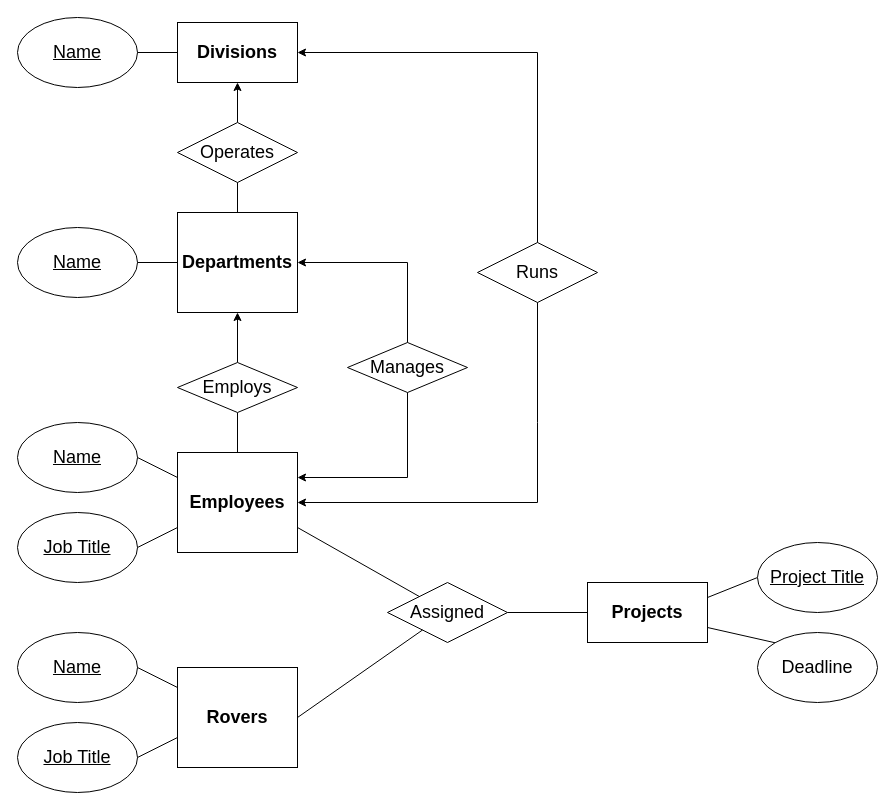
Before: business.drawio in lucylee-412/CISC-3810, a draw.io diagram. Source tidied: cells renumbered, new cells numbered last; positions are measured from the earlier drawing's top-left corner, leaving out a move shared by most shapes. Both pictures are drawn from the tidied source at 100%, with x=0, y=0 at pixel (17, 17).
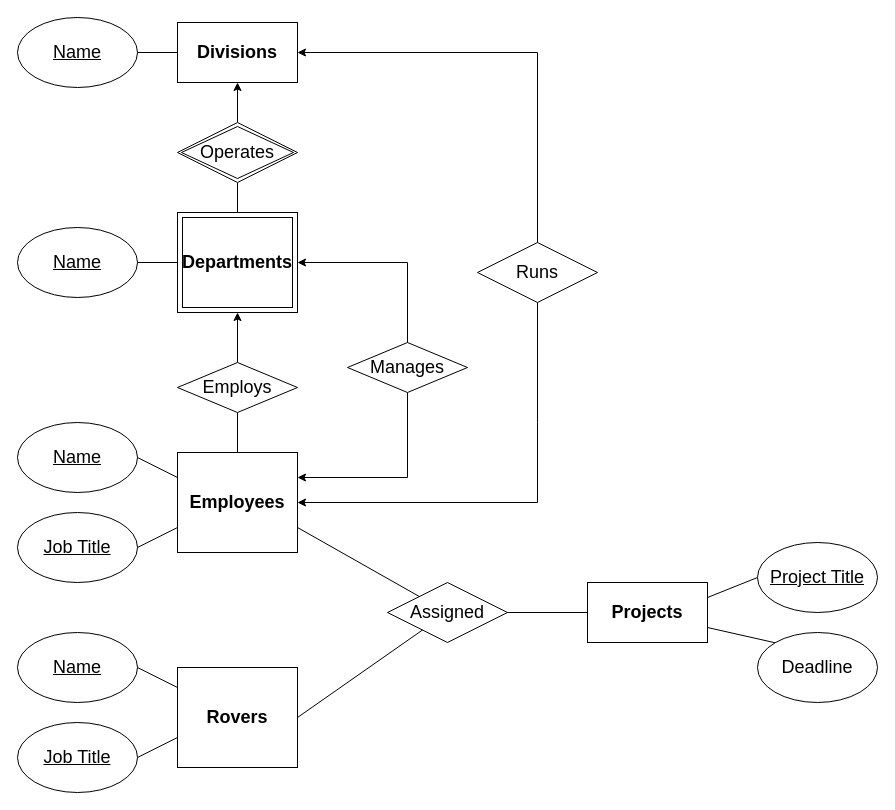
The same diagram, later.

Commit message:
Convert Departments to weak entity

Unchanged cells that the change refers to:
```xml
<mxCell id="3" value="Manages" style="rhombus;whiteSpace=wrap;html=1;fontSize=18;" parent="1" vertex="1">
  <mxGeometry x="330" y="325" width="120" height="50" as="geometry" />
</mxCell>
<mxCell id="7" value="&lt;font style=&quot;font-size: 18px&quot;&gt;&lt;b&gt;Divisions&lt;/b&gt;&lt;/font&gt;" style="rounded=0;whiteSpace=wrap;html=1;" parent="1" vertex="1">
  <mxGeometry x="160" y="5" width="120" height="60" as="geometry" />
</mxCell>
<mxCell id="18" value="Employs" style="rhombus;whiteSpace=wrap;html=1;fontSize=18;" parent="1" vertex="1">
  <mxGeometry x="160" y="345" width="120" height="50" as="geometry" />
</mxCell>
<mxCell id="27" value="&lt;font style=&quot;font-size: 18px&quot;&gt;&lt;u&gt;Name&lt;/u&gt;&lt;br&gt;&lt;/font&gt;" style="ellipse;whiteSpace=wrap;html=1;" parent="1" vertex="1">
  <mxGeometry y="210" width="120" height="70" as="geometry" />
</mxCell>
```

The edit, as a diff of the source:
```diff
@@
-    <mxCell id="2" value="&lt;font style=&quot;font-size: 18px&quot;&gt;&lt;b&gt;Departments&lt;/b&gt;&lt;/font&gt;" style="rounded=0;whiteSpace=wrap;html=1;" parent="1" vertex="1">
-      <mxGeometry x="160" y="195" width="120" height="100" as="geometry" />
-    </mxCell>
@@
-    <mxCell id="5" style="endArrow=classic;html=1;rounded=0;fontSize=16;exitX=0.5;exitY=0;exitDx=0;exitDy=0;startArrow=none;entryX=0.5;entryY=1;entryDx=0;entryDy=0;" parent="1" edge="1" source="9" target="7">
-      <mxGeometry relative="1" as="geometry" />
+    <mxCell id="5" style="endArrow=classic;html=1;rounded=0;fontSize=16;exitX=0.5;exitY=0;exitDx=0;exitDy=0;startArrow=none;entryX=0.5;entryY=1;entryDx=0;entryDy=0;" parent="1" edge="1" target="7">
+      <mxGeometry relative="1" as="geometry">
+        <mxPoint x="220" y="105" as="sourcePoint" />
+      </mxGeometry>
     </mxCell>
-    <mxCell id="6" style="endArrow=classic;html=1;rounded=0;entryX=1;entryY=0.5;entryDx=0;entryDy=0;" parent="1" edge="1" source="3" target="2">
+    <mxCell id="6" style="endArrow=classic;html=1;rounded=0;entryX=1;entryY=0.5;entryDx=0;entryDy=0;" parent="1" edge="1" source="3">
       <mxGeometry relative="1" as="geometry">
+        <mxPoint x="280" y="245" as="targetPoint" />
         <Array as="points">
           <mxPoint x="390" y="245" />
         </Array>
       </mxGeometry>
     </mxCell>
@@
-    <mxCell id="9" value="Operates" style="rhombus;whiteSpace=wrap;html=1;fontSize=18;" parent="1" vertex="1">
-      <mxGeometry x="160" y="105" width="120" height="60" as="geometry" />
-    </mxCell>
-    <mxCell id="10" style="endArrow=none;html=1;rounded=0;fontSize=16;exitX=0.5;exitY=0;exitDx=0;exitDy=0;" parent="1" edge="1" source="2" target="9">
-      <mxGeometry relative="1" as="geometry" />
+    <mxCell id="10" style="endArrow=none;html=1;rounded=0;fontSize=16;exitX=0.5;exitY=0;exitDx=0;exitDy=0;" parent="1" edge="1">
+      <mxGeometry relative="1" as="geometry">
+        <mxPoint x="220" y="195" as="sourcePoint" />
+        <mxPoint x="220" y="165" as="targetPoint" />
+      </mxGeometry>
     </mxCell>
@@
-    <mxCell id="17" style="endArrow=classic;html=1;rounded=0;fontSize=16;exitX=0.5;exitY=0;exitDx=0;exitDy=0;startArrow=none;entryX=0.5;entryY=1;entryDx=0;entryDy=0;" parent="1" edge="1" source="18" target="2">
-      <mxGeometry relative="1" as="geometry" />
+    <mxCell id="17" style="endArrow=classic;html=1;rounded=0;fontSize=16;exitX=0.5;exitY=0;exitDx=0;exitDy=0;startArrow=none;entryX=0.5;entryY=1;entryDx=0;entryDy=0;" parent="1" edge="1" source="18">
+      <mxGeometry relative="1" as="geometry">
+        <mxPoint x="220" y="295" as="targetPoint" />
+      </mxGeometry>
     </mxCell>
@@
-    <mxCell id="28" style="endArrow=none;html=1;rounded=0;fontSize=18;exitX=0;exitY=0.5;exitDx=0;exitDy=0;entryX=1;entryY=0.5;entryDx=0;entryDy=0;" parent="1" edge="1" source="2" target="27">
-      <mxGeometry relative="1" as="geometry" />
+    <mxCell id="28" style="endArrow=none;html=1;rounded=0;fontSize=18;exitX=0;exitY=0.5;exitDx=0;exitDy=0;entryX=1;entryY=0.5;entryDx=0;entryDy=0;" parent="1" edge="1" target="27">
+      <mxGeometry relative="1" as="geometry">
+        <mxPoint x="160" y="245" as="sourcePoint" />
+      </mxGeometry>
     </mxCell>
@@
+    <mxCell id="9" value="&lt;span style=&quot;font-size: 18px;&quot;&gt;Operates&lt;/span&gt;" style="shape=rhombus;double=1;perimeter=rhombusPerimeter;whiteSpace=wrap;html=1;align=center;" parent="1" vertex="1">
+      <mxGeometry x="160" y="105" width="120" height="60" as="geometry" />
+    </mxCell>
+    <mxCell id="2" value="&lt;b style=&quot;font-size: 18px;&quot;&gt;Departments&lt;/b&gt;" style="shape=ext;margin=3;double=1;whiteSpace=wrap;html=1;align=center;" parent="1" vertex="1">
+      <mxGeometry x="160" y="195" width="120" height="100" as="geometry" />
+    </mxCell>
```
